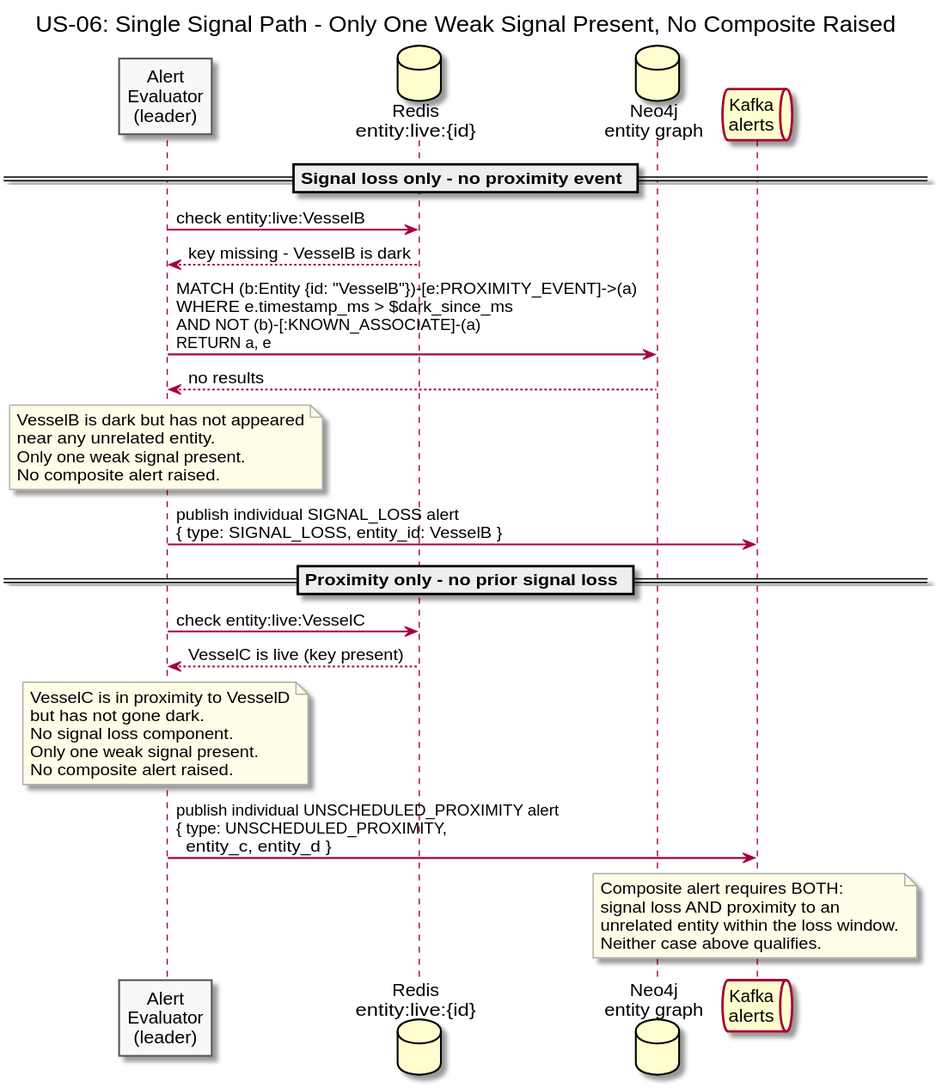
The PlantUML diagram diagrams/docs/use-cases/US-06-composite-alert/single-signal-path.svg in Buffden/sentinel, before a commit. Its diagram source:
```plantuml
@startuml single-signal-path
title US-06: Single Signal Path - Only One Weak Signal Present, No Composite Raised

skinparam sequenceArrowThickness 1.5
skinparam participantBorderColor #555555
skinparam participantBackgroundColor #F8F8F8
skinparam noteBorderColor #AAAAAA
skinparam noteBackgroundColor #FFFDE7

participant "Alert\nEvaluator\n(leader)" as Evaluator
database "Redis\nentity:live:{id}" as Redis
database "Neo4j\nentity graph" as Neo4j
queue "Kafka\nalerts" as Kafka

== Signal loss only - no proximity event ==

Evaluator -> Redis : check entity:live:VesselB
Redis --> Evaluator : key missing - VesselB is dark

Evaluator -> Neo4j : MATCH (b:Entity {id: "VesselB"})-[e:PROXIMITY_EVENT]->(a)\nWHERE e.timestamp_ms > $dark_since_ms\nAND NOT (b)-[:KNOWN_ASSOCIATE]-(a)\nRETURN a, e
Neo4j --> Evaluator : no results

note over Evaluator
  VesselB is dark but has not appeared
  near any unrelated entity.
  Only one weak signal present.
  No composite alert raised.
end note

Evaluator -> Kafka : publish individual SIGNAL_LOSS alert\n{ type: SIGNAL_LOSS, entity_id: VesselB }

== Proximity only - no prior signal loss ==

Evaluator -> Redis : check entity:live:VesselC
Redis --> Evaluator : VesselC is live (key present)

note over Evaluator
  VesselC is in proximity to VesselD
  but has not gone dark.
  No signal loss component.
  Only one weak signal present.
  No composite alert raised.
end note

Evaluator -> Kafka : publish individual UNSCHEDULED_PROXIMITY alert\n{ type: UNSCHEDULED_PROXIMITY,\n  entity_c, entity_d }

note over Kafka
  Composite alert requires BOTH:
  signal loss AND proximity to an
  unrelated entity within the loss window.
  Neither case above qualifies.
end note

@enduml
```
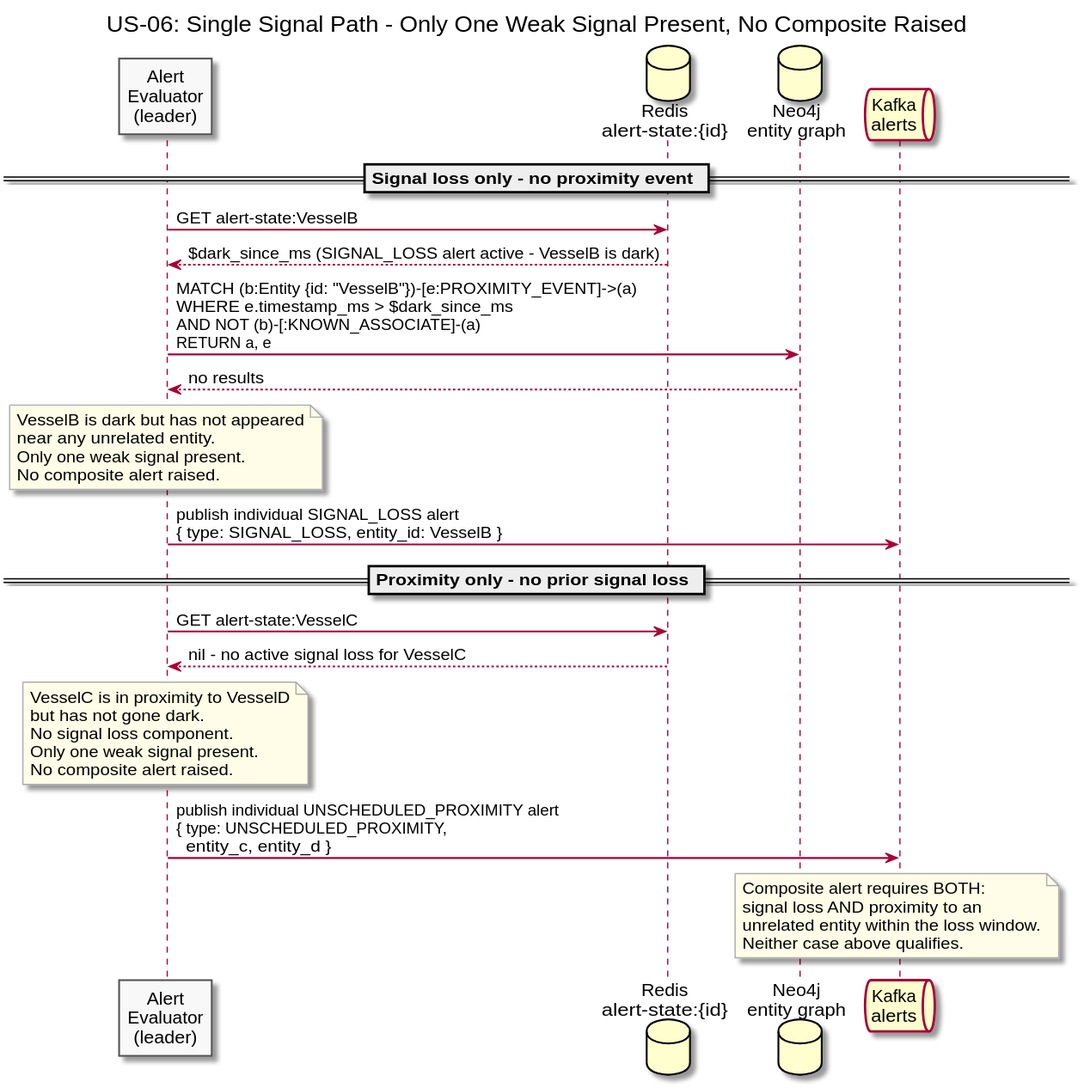
Above is the later version.

Diff of the diagram source:
```diff
@@ -8,14 +8,14 @@
 skinparam noteBackgroundColor #FFFDE7
 
 participant "Alert\nEvaluator\n(leader)" as Evaluator
-database "Redis\nentity:live:{id}" as Redis
+database "Redis\nalert-state:{id}" as AlertState
 database "Neo4j\nentity graph" as Neo4j
 queue "Kafka\nalerts" as Kafka
 
 == Signal loss only - no proximity event ==
 
-Evaluator -> Redis : check entity:live:VesselB
-Redis --> Evaluator : key missing - VesselB is dark
+Evaluator -> AlertState : GET alert-state:VesselB
+AlertState --> Evaluator : $dark_since_ms (SIGNAL_LOSS alert active - VesselB is dark)
 
 Evaluator -> Neo4j : MATCH (b:Entity {id: "VesselB"})-[e:PROXIMITY_EVENT]->(a)\nWHERE e.timestamp_ms > $dark_since_ms\nAND NOT (b)-[:KNOWN_ASSOCIATE]-(a)\nRETURN a, e
 Neo4j --> Evaluator : no results
@@ -31,8 +31,8 @@
 
 == Proximity only - no prior signal loss ==
 
-Evaluator -> Redis : check entity:live:VesselC
-Redis --> Evaluator : VesselC is live (key present)
+Evaluator -> AlertState : GET alert-state:VesselC
+AlertState --> Evaluator : nil - no active signal loss for VesselC
 
 note over Evaluator
   VesselC is in proximity to VesselD
```
